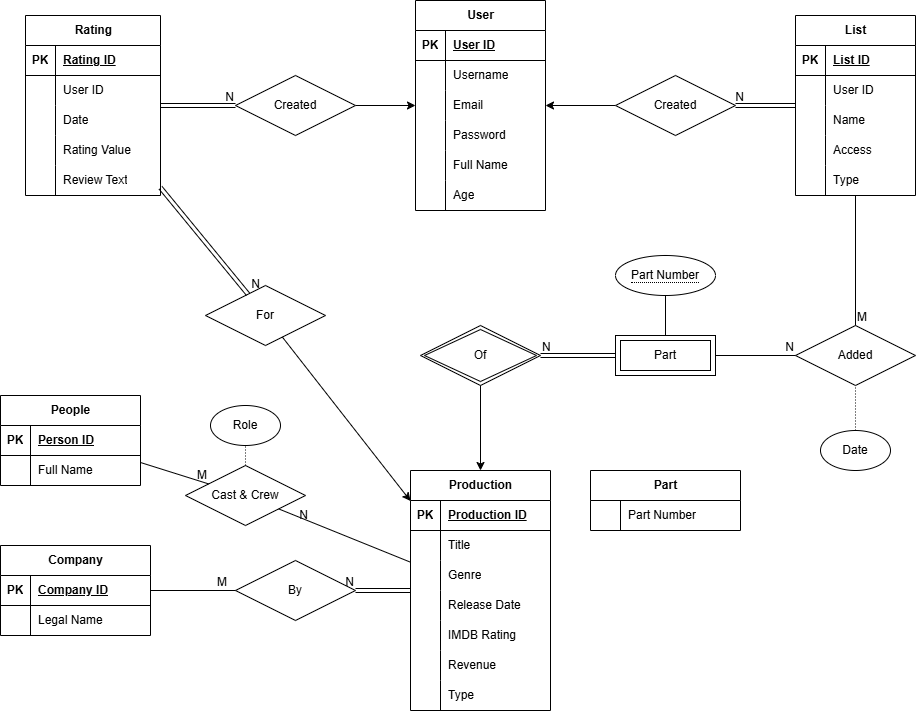
The draw.io diagram ER_diagram.png in Pedram2004/movie-review-database, before a commit. Source tidied: cells renumbered, new cells last; positions are measured from the earlier drawing's top-left corner, leaving out a move shared by most shapes.
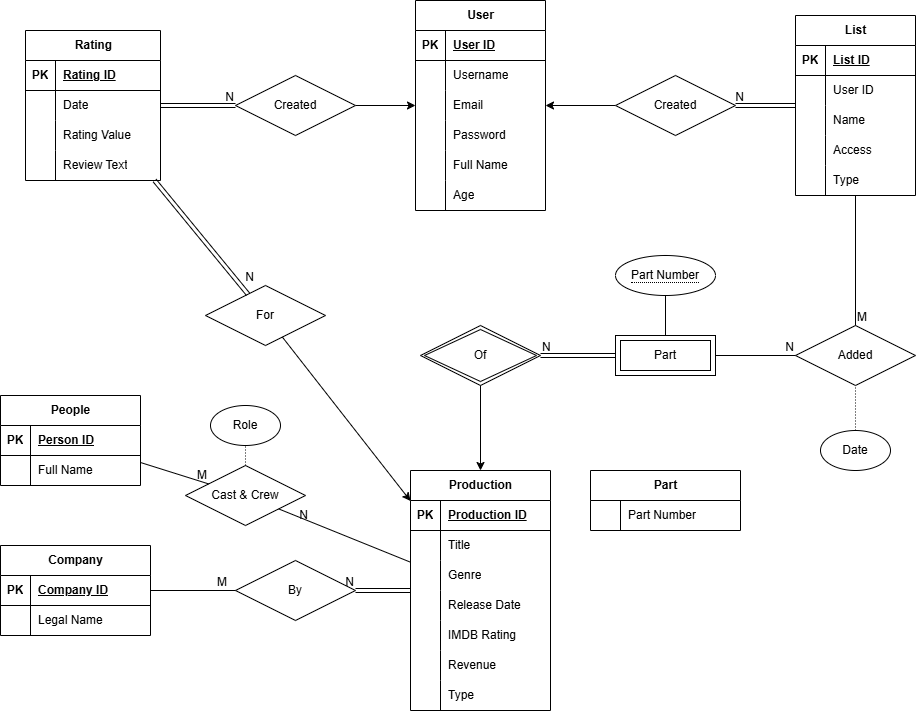
The same diagram one commit later.

Commit message:
ER diagram updated based on standards

Diff of the diagram source:
```diff
@@ -298,7 +298,7 @@
       <mxGeometry x="30" width="120" height="30" as="geometry" />
     </mxCell>
     <mxCell id="97" value="Rating" style="shape=table;startSize=30;rowLines=0;fontStyle=1;align=center;html=1;" parent="1" vertex="1">
-      <mxGeometry x="25" y="15" width="135" height="180" as="geometry" />
+      <mxGeometry x="25" y="30" width="135" height="150" as="geometry" />
     </mxCell>
     <mxCell id="98" style="shape=tableRow;horizontal=0;startSize=0;swimlaneHead=0;swimlaneBody=0;fillColor=none;top=0;left=0;right=0;bottom=1;" parent="97" vertex="1">
       <mxGeometry y="30" width="135" height="30" as="geometry" />
@@ -309,42 +309,33 @@
     <mxCell id="100" value="Rating ID" style="shape=partialRectangle;fillColor=none;top=0;left=0;bottom=0;right=0;align=left;spacingLeft=6;fontStyle=5;overflow=hidden;whiteSpace=wrap;html=1;" parent="98" vertex="1">
       <mxGeometry x="30" width="105" height="30" as="geometry" />
     </mxCell>
-    <mxCell id="101" style="shape=tableRow;horizontal=0;startSize=0;swimlaneHead=0;swimlaneBody=0;fillColor=none;top=0;left=0;right=0;bottom=0;" parent="97" vertex="1">
-      <mxGeometry y="60" width="135" height="30" as="geometry" />
-    </mxCell>
-    <mxCell id="102" style="shape=partialRectangle;fillColor=none;top=0;left=0;bottom=0;right=0;overflow=hidden;whiteSpace=wrap;html=1;" parent="101" vertex="1">
-      <mxGeometry width="30" height="30" as="geometry" />
-    </mxCell>
-    <mxCell id="103" value="User ID" style="shape=partialRectangle;fillColor=none;top=0;left=0;bottom=0;right=0;align=left;spacingLeft=6;overflow=hidden;whiteSpace=wrap;html=1;" parent="101" vertex="1">
-      <mxGeometry x="30" width="105" height="30" as="geometry" />
-    </mxCell>
-    <mxCell id="104" style="shape=tableRow;horizontal=0;startSize=0;swimlaneHead=0;swimlaneBody=0;fillColor=none;top=0;left=0;right=0;bottom=0;" parent="97" vertex="1">
-      <mxGeometry y="90" width="135" height="30" as="geometry" />
-    </mxCell>
-    <mxCell id="105" style="shape=partialRectangle;fillColor=none;top=0;left=0;bottom=0;right=0;overflow=hidden;whiteSpace=wrap;html=1;" parent="104" vertex="1">
-      <mxGeometry width="30" height="30" as="geometry" />
-    </mxCell>
-    <mxCell id="106" value="Date" style="shape=partialRectangle;fillColor=none;top=0;left=0;bottom=0;right=0;align=left;spacingLeft=6;overflow=hidden;whiteSpace=wrap;html=1;" parent="104" vertex="1">
-      <mxGeometry x="30" width="105" height="30" as="geometry" />
-    </mxCell>
     <mxCell id="107" style="shape=tableRow;horizontal=0;startSize=0;swimlaneHead=0;swimlaneBody=0;fillColor=none;top=0;left=0;right=0;bottom=0;" parent="97" vertex="1">
-      <mxGeometry y="120" width="135" height="30" as="geometry" />
+      <mxGeometry y="60" width="135" height="30" as="geometry" />
     </mxCell>
     <mxCell id="108" style="shape=partialRectangle;fillColor=none;top=0;left=0;bottom=0;right=0;overflow=hidden;whiteSpace=wrap;html=1;" parent="107" vertex="1">
       <mxGeometry width="30" height="30" as="geometry" />
     </mxCell>
-    <mxCell id="109" value="Rating Value" style="shape=partialRectangle;fillColor=none;top=0;left=0;bottom=0;right=0;align=left;spacingLeft=6;overflow=hidden;whiteSpace=wrap;html=1;" parent="107" vertex="1">
+    <mxCell id="109" value="Date" style="shape=partialRectangle;fillColor=none;top=0;left=0;bottom=0;right=0;align=left;spacingLeft=6;overflow=hidden;whiteSpace=wrap;html=1;" parent="107" vertex="1">
       <mxGeometry x="30" width="105" height="30" as="geometry" />
     </mxCell>
     <mxCell id="110" style="shape=tableRow;horizontal=0;startSize=0;swimlaneHead=0;swimlaneBody=0;fillColor=none;top=0;left=0;right=0;bottom=0;" parent="97" vertex="1">
-      <mxGeometry y="150" width="135" height="30" as="geometry" />
+      <mxGeometry y="90" width="135" height="30" as="geometry" />
     </mxCell>
     <mxCell id="111" style="shape=partialRectangle;fillColor=none;top=0;left=0;bottom=0;right=0;overflow=hidden;whiteSpace=wrap;html=1;" parent="110" vertex="1">
       <mxGeometry width="30" height="30" as="geometry" />
     </mxCell>
-    <mxCell id="112" value="Review Text" style="shape=partialRectangle;fillColor=none;top=0;left=0;bottom=0;right=0;align=left;spacingLeft=6;overflow=hidden;whiteSpace=wrap;html=1;" parent="110" vertex="1">
+    <mxCell id="112" value="Rating Value" style="shape=partialRectangle;fillColor=none;top=0;left=0;bottom=0;right=0;align=left;spacingLeft=6;overflow=hidden;whiteSpace=wrap;html=1;" parent="110" vertex="1">
       <mxGeometry x="30" width="105" height="30" as="geometry" />
     </mxCell>
+    <mxCell id="131" style="shape=tableRow;horizontal=0;startSize=0;swimlaneHead=0;swimlaneBody=0;fillColor=none;top=0;left=0;right=0;bottom=0;" parent="97" vertex="1">
+      <mxGeometry y="120" width="135" height="30" as="geometry" />
+    </mxCell>
+    <mxCell id="132" style="shape=partialRectangle;fillColor=none;top=0;left=0;bottom=0;right=0;overflow=hidden;whiteSpace=wrap;html=1;" parent="131" vertex="1">
+      <mxGeometry width="30" height="30" as="geometry" />
+    </mxCell>
+    <mxCell id="133" value="Review Text" style="shape=partialRectangle;fillColor=none;top=0;left=0;bottom=0;right=0;align=left;spacingLeft=6;overflow=hidden;whiteSpace=wrap;html=1;" parent="131" vertex="1">
+      <mxGeometry x="30" width="105" height="30" as="geometry" />
+    </mxCell>
     <mxCell id="113" value="Created" style="shape=rhombus;perimeter=rhombusPerimeter;whiteSpace=wrap;html=1;align=center;" parent="1" vertex="1">
       <mxGeometry x="235" y="75" width="120" height="60" as="geometry" />
     </mxCell>
```
